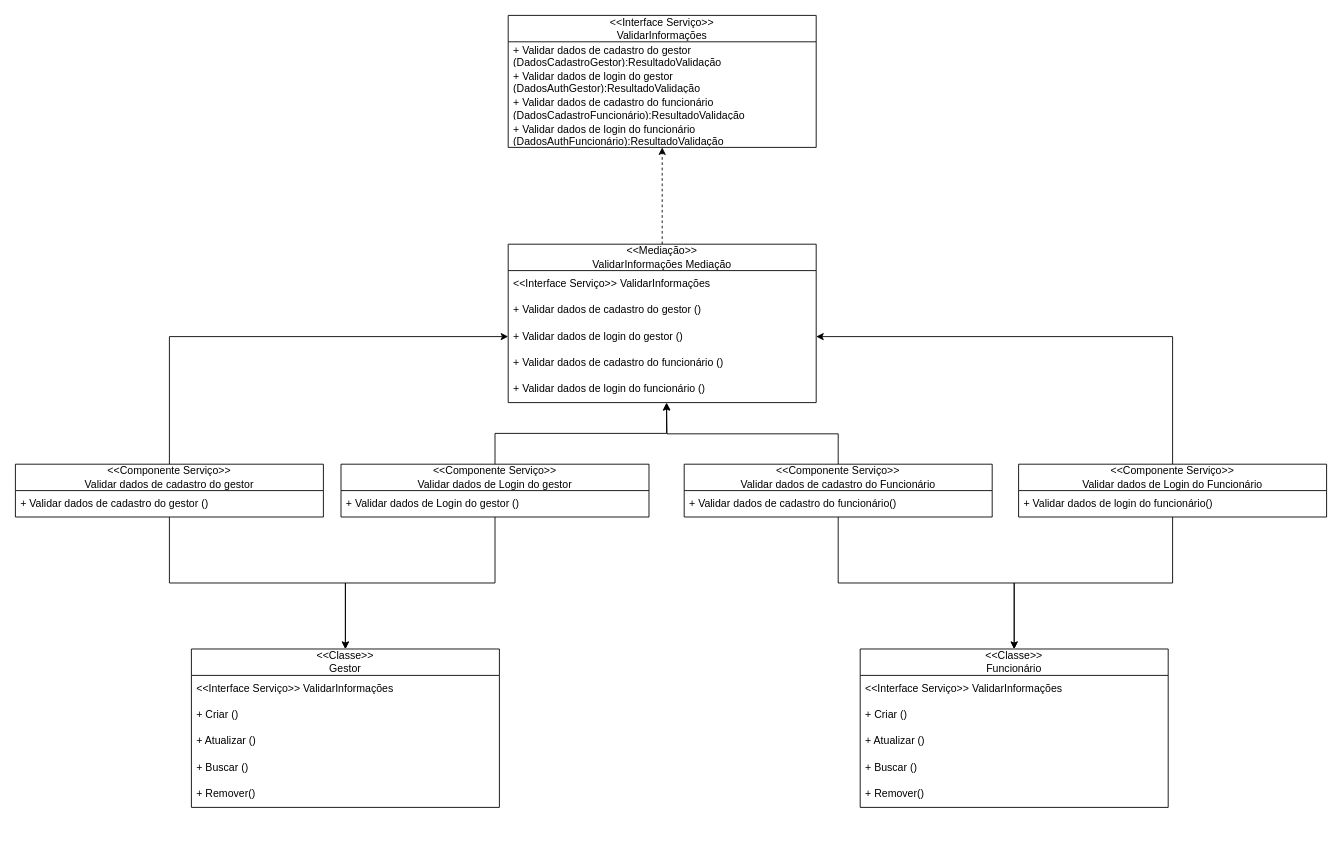
The draw.io diagram diagrama_realizacao/diagrama_realizacao_validar.drawio in gb-cs-rt/stoc_fispq, before the edit. Source tidied: cells renumbered, new cells numbered last; positions are measured from the earlier drawing's top-left corner, leaving out a move shared by most shapes. Both pictures are drawn from the tidied source at 88%, with x=0, y=0 at pixel (15, 15).
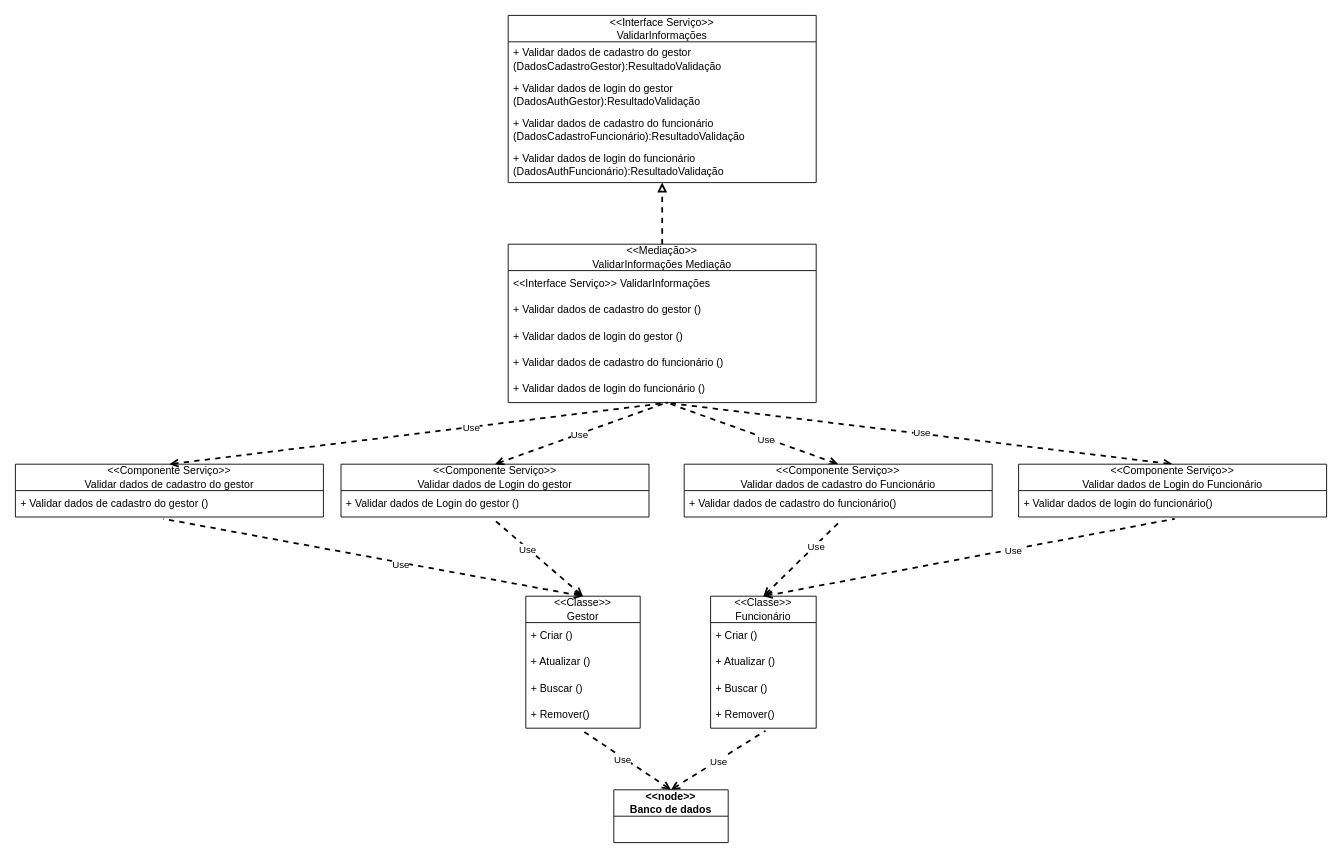
The same diagram, later.

Commit message (it also covers changes not shown here):
diagrama realizacao update

Unchanged cells that the change refers to:
```xml
<mxCell id="8" value="&amp;lt;&amp;lt;Mediação&amp;gt;&amp;gt;&lt;div&gt;ValidarInformações Mediação&lt;/div&gt;" style="swimlane;fontStyle=0;horizontal=1;startSize=30;whiteSpace=wrap;html=1;" parent="1" vertex="1">
  <mxGeometry x="560" y="260" width="350" height="180" as="geometry" />
</mxCell>
<mxCell id="11" value="+ Validar dados de login do gestor ()" style="text;strokeColor=none;fillColor=none;align=left;verticalAlign=middle;spacingLeft=4;spacingRight=4;overflow=hidden;points=[[0,0.5],[1,0.5]];portConstraint=eastwest;whiteSpace=wrap;html=1;" parent="8" vertex="1">
  <mxGeometry y="90" width="350" height="30" as="geometry" />
</mxCell>
<mxCell id="13" value="+ Validar dados de login do funcionário ()" style="text;strokeColor=none;fillColor=none;align=left;verticalAlign=middle;spacingLeft=4;spacingRight=4;overflow=hidden;points=[[0,0.5],[1,0.5]];portConstraint=eastwest;whiteSpace=wrap;html=1;" parent="8" vertex="1">
  <mxGeometry y="150" width="350" height="30" as="geometry" />
</mxCell>
<mxCell id="16" value="&amp;lt;&amp;lt;Componente Serviço&amp;gt;&amp;gt;&lt;div&gt;Validar dados de cadastro do gestor&lt;/div&gt;" style="swimlane;fontStyle=0;horizontal=1;startSize=30;whiteSpace=wrap;html=1;" parent="1" vertex="1">
  <mxGeometry y="510" width="350" height="60" as="geometry" />
</mxCell>
<mxCell id="17" value="+ Validar dados de cadastro do gestor ()" style="text;strokeColor=none;fillColor=none;align=left;verticalAlign=middle;spacingLeft=4;spacingRight=4;overflow=hidden;points=[[0,0.5],[1,0.5]];portConstraint=eastwest;whiteSpace=wrap;html=1;" parent="16" vertex="1">
  <mxGeometry y="30" width="350" height="30" as="geometry" />
</mxCell>
<mxCell id="20" value="&amp;lt;&amp;lt;Componente Serviço&amp;gt;&amp;gt;&lt;div&gt;Validar dados de Login do gestor&lt;/div&gt;" style="swimlane;fontStyle=0;horizontal=1;startSize=30;whiteSpace=wrap;html=1;" parent="1" vertex="1">
  <mxGeometry x="370" y="510" width="350" height="60" as="geometry" />
</mxCell>
<mxCell id="21" value="+ Validar dados de Login do gestor ()" style="text;strokeColor=none;fillColor=none;align=left;verticalAlign=middle;spacingLeft=4;spacingRight=4;overflow=hidden;points=[[0,0.5],[1,0.5]];portConstraint=eastwest;whiteSpace=wrap;html=1;" parent="20" vertex="1">
  <mxGeometry y="30" width="350" height="30" as="geometry" />
</mxCell>
<mxCell id="24" value="&amp;lt;&amp;lt;Componente Serviço&amp;gt;&amp;gt;&lt;div&gt;Validar dados de cadastro do Funcionário&lt;/div&gt;" style="swimlane;fontStyle=0;horizontal=1;startSize=30;whiteSpace=wrap;html=1;" parent="1" vertex="1">
  <mxGeometry x="760" y="510" width="350" height="60" as="geometry" />
</mxCell>
<mxCell id="25" value="+ Validar dados de cadastro do funcionário()" style="text;strokeColor=none;fillColor=none;align=left;verticalAlign=middle;spacingLeft=4;spacingRight=4;overflow=hidden;points=[[0,0.5],[1,0.5]];portConstraint=eastwest;whiteSpace=wrap;html=1;" parent="24" vertex="1">
  <mxGeometry y="30" width="350" height="30" as="geometry" />
</mxCell>
<mxCell id="28" value="&amp;lt;&amp;lt;Componente Serviço&amp;gt;&amp;gt;&lt;div&gt;Validar dados de Login do Funcionário&lt;/div&gt;" style="swimlane;fontStyle=0;horizontal=1;startSize=30;whiteSpace=wrap;html=1;" parent="1" vertex="1">
  <mxGeometry x="1140" y="510" width="350" height="60" as="geometry" />
</mxCell>
<mxCell id="29" value="+ Validar dados de login do funcionário()" style="text;strokeColor=none;fillColor=none;align=left;verticalAlign=middle;spacingLeft=4;spacingRight=4;overflow=hidden;points=[[0,0.5],[1,0.5]];portConstraint=eastwest;whiteSpace=wrap;html=1;" parent="28" vertex="1">
  <mxGeometry y="30" width="350" height="30" as="geometry" />
</mxCell>
```

Change to the diagram source:
```diff
@@
     <mxCell id="2" value="&amp;lt;&amp;lt;Interface Serviço&amp;gt;&amp;gt;&lt;div&gt;ValidarInformações&lt;/div&gt;" style="swimlane;fontStyle=0;horizontal=1;startSize=30;whiteSpace=wrap;html=1;" parent="1" vertex="1">
-      <mxGeometry x="560" width="350" height="150" as="geometry" />
+      <mxGeometry x="560" width="350" height="190" as="geometry" />
     </mxCell>
     <mxCell id="3" value="+ Validar dados de cadastro do gestor (DadosCadastroGestor):ResultadoValidação" style="text;strokeColor=none;fillColor=none;align=left;verticalAlign=middle;spacingLeft=4;spacingRight=4;overflow=hidden;whiteSpace=wrap;html=1;" parent="2" vertex="1">
-      <mxGeometry y="30" width="350" height="30" as="geometry" />
+      <mxGeometry y="30" width="350" height="40" as="geometry" />
     </mxCell>
     <mxCell id="4" value="+ Validar dados de login do gestor (DadosAuthGestor):ResultadoValidação" style="text;strokeColor=none;fillColor=none;align=left;verticalAlign=middle;spacingLeft=4;spacingRight=4;overflow=hidden;whiteSpace=wrap;html=1;" parent="2" vertex="1">
-      <mxGeometry y="60" width="350" height="30" as="geometry" />
+      <mxGeometry y="70" width="350" height="40" as="geometry" />
     </mxCell>
     <mxCell id="5" value="+ Validar dados de cadastro do funcionário (DadosCadastroFuncionário):ResultadoValidação" style="text;strokeColor=none;fillColor=none;align=left;verticalAlign=middle;spacingLeft=4;spacingRight=4;overflow=hidden;whiteSpace=wrap;html=1;" parent="2" vertex="1">
-      <mxGeometry y="90" width="350" height="30" as="geometry" />
+      <mxGeometry y="110" width="350" height="40" as="geometry" />
     </mxCell>
     <mxCell id="6" value="+ Validar dados de login do funcionário (DadosAuthFuncionário):ResultadoValidação" style="text;strokeColor=none;fillColor=none;align=left;verticalAlign=middle;spacingLeft=4;spacingRight=4;overflow=hidden;points=[[0,0.5],[1,0.5]];portConstraint=eastwest;whiteSpace=wrap;html=1;" parent="2" vertex="1">
-      <mxGeometry y="120" width="350" height="30" as="geometry" />
+      <mxGeometry y="150" width="350" height="40" as="geometry" />
     </mxCell>
-    <mxCell id="7" style="edgeStyle=orthogonalEdgeStyle;rounded=0;jettySize=auto;html=1;dashed=1;" parent="1" edge="1" source="8" target="6">
+    <mxCell id="7" style="edgeStyle=orthogonalEdgeStyle;rounded=0;jettySize=auto;html=1;dashed=1;strokeWidth=2;endArrow=block;endFill=0;" parent="1" edge="1" source="8" target="6">
       <mxGeometry relative="1" as="geometry">
         <Array as="points">
           <mxPoint x="735" y="180" />
           <mxPoint x="735" y="180" />
         </Array>
       </mxGeometry>
     </mxCell>
@@
-    <mxCell id="14" style="edgeStyle=orthogonalEdgeStyle;rounded=0;jettySize=auto;html=1;entryX=0;entryY=0.5;entryDx=0;entryDy=0;" parent="1" edge="1" source="16" target="11">
-      <mxGeometry relative="1" as="geometry" />
-    </mxCell>
-    <mxCell id="15" style="edgeStyle=orthogonalEdgeStyle;rounded=0;jettySize=auto;html=1;entryX=0.5;entryY=0;entryDx=0;entryDy=0;" parent="1" edge="1" source="16" target="30">
-      <mxGeometry relative="1" as="geometry" />
-    </mxCell>
@@
-    <mxCell id="18" style="edgeStyle=orthogonalEdgeStyle;rounded=0;jettySize=auto;html=1;entryX=0.514;entryY=1.023;entryDx=0;entryDy=0;entryPerimeter=0;" parent="1" edge="1" source="20" target="13">
-      <mxGeometry relative="1" as="geometry" />
-    </mxCell>
-    <mxCell id="19" style="edgeStyle=orthogonalEdgeStyle;rounded=0;jettySize=auto;html=1;entryX=0.5;entryY=0;entryDx=0;entryDy=0;" parent="1" edge="1" source="20" target="30">
-      <mxGeometry relative="1" as="geometry" />
-    </mxCell>
@@
-    <mxCell id="22" style="edgeStyle=orthogonalEdgeStyle;rounded=0;jettySize=auto;html=1;exitX=0.5;exitY=0;exitDx=0;exitDy=0;" parent="1" edge="1" source="24">
-      <mxGeometry relative="1" as="geometry">
-        <mxPoint x="740" y="440" as="targetPoint" />
-      </mxGeometry>
-    </mxCell>
-    <mxCell id="23" style="edgeStyle=orthogonalEdgeStyle;rounded=0;jettySize=auto;html=1;entryX=0.5;entryY=0;entryDx=0;entryDy=0;" parent="1" edge="1" source="24" target="36">
-      <mxGeometry relative="1" as="geometry" />
-    </mxCell>
+    <mxCell id="42" style="edgeStyle=none;shape=connector;rounded=0;jettySize=auto;html=1;exitX=0.5;exitY=0;exitDx=0;exitDy=0;dashed=1;strokeColor=default;strokeWidth=2;align=center;verticalAlign=middle;fontFamily=Helvetica;fontSize=11;fontColor=default;labelBackgroundColor=default;startArrow=open;startFill=0;endArrow=none;endFill=0;" parent="1" edge="1" source="24">
+      <mxGeometry relative="1" as="geometry">
+        <mxPoint x="740" y="440" as="targetPoint" />
+      </mxGeometry>
+    </mxCell>
+    <mxCell id="43" value="Use" style="edgeLabel;html=1;align=center;verticalAlign=middle;fontFamily=Helvetica;fontSize=11;fontColor=default;labelBackgroundColor=default;" parent="42" vertex="1">
+      <mxGeometry x="-0.16" y="1" relative="1" as="geometry" />
+    </mxCell>
@@
-    <mxCell id="26" style="edgeStyle=orthogonalEdgeStyle;rounded=0;jettySize=auto;html=1;entryX=1;entryY=0.5;entryDx=0;entryDy=0;" parent="1" edge="1" source="28" target="11">
-      <mxGeometry relative="1" as="geometry" />
-    </mxCell>
-    <mxCell id="27" style="edgeStyle=orthogonalEdgeStyle;rounded=0;jettySize=auto;html=1;entryX=0.5;entryY=0;entryDx=0;entryDy=0;" parent="1" edge="1" source="28" target="36">
-      <mxGeometry relative="1" as="geometry" />
-    </mxCell>
+    <mxCell id="44" style="edgeStyle=none;shape=connector;rounded=0;jettySize=auto;html=1;exitX=0.5;exitY=0;exitDx=0;exitDy=0;dashed=1;strokeColor=default;strokeWidth=2;align=center;verticalAlign=middle;fontFamily=Helvetica;fontSize=11;fontColor=default;labelBackgroundColor=default;startArrow=open;startFill=0;endArrow=none;endFill=0;" parent="1" edge="1" source="28">
+      <mxGeometry relative="1" as="geometry">
+        <mxPoint x="738.3" y="440" as="targetPoint" />
+      </mxGeometry>
+    </mxCell>
+    <mxCell id="45" value="Use" style="edgeLabel;html=1;align=center;verticalAlign=middle;fontFamily=Helvetica;fontSize=11;fontColor=default;labelBackgroundColor=default;" parent="44" vertex="1">
+      <mxGeometry x="-0.01" y="-2" relative="1" as="geometry" />
+    </mxCell>
@@
     <mxCell id="30" value="&amp;lt;&amp;lt;Classe&amp;gt;&amp;gt;&lt;div&gt;Gestor&lt;/div&gt;" style="swimlane;fontStyle=0;horizontal=1;startSize=30;whiteSpace=wrap;html=1;" parent="1" vertex="1">
-      <mxGeometry x="200" y="720" width="350" height="180" as="geometry" />
+      <mxGeometry x="580" y="660" width="130" height="150" as="geometry" />
     </mxCell>
-    <mxCell id="31" value="&amp;lt;&amp;lt;Interface Serviço&amp;gt;&amp;gt; ValidarInformações" style="text;strokeColor=none;fillColor=none;align=left;verticalAlign=middle;spacingLeft=4;spacingRight=4;overflow=hidden;whiteSpace=wrap;html=1;" parent="30" vertex="1">
-      <mxGeometry y="30" width="350" height="30" as="geometry" />
-    </mxCell>
     <mxCell id="32" value="+ Criar ()" style="text;strokeColor=none;fillColor=none;align=left;verticalAlign=middle;spacingLeft=4;spacingRight=4;overflow=hidden;whiteSpace=wrap;html=1;" parent="30" vertex="1">
-      <mxGeometry y="60" width="350" height="30" as="geometry" />
+      <mxGeometry y="30" width="130" height="30" as="geometry" />
     </mxCell>
     <mxCell id="33" value="+ Atualizar ()" style="text;strokeColor=none;fillColor=none;align=left;verticalAlign=middle;spacingLeft=4;spacingRight=4;overflow=hidden;whiteSpace=wrap;html=1;" parent="30" vertex="1">
-      <mxGeometry y="90" width="350" height="30" as="geometry" />
+      <mxGeometry y="60" width="130" height="30" as="geometry" />
     </mxCell>
     <mxCell id="34" value="+ Buscar ()" style="text;strokeColor=none;fillColor=none;align=left;verticalAlign=middle;spacingLeft=4;spacingRight=4;overflow=hidden;whiteSpace=wrap;html=1;" parent="30" vertex="1">
-      <mxGeometry y="120" width="350" height="30" as="geometry" />
+      <mxGeometry y="90" width="130" height="30" as="geometry" />
     </mxCell>
     <mxCell id="35" value="+ Remover()" style="text;strokeColor=none;fillColor=none;align=left;verticalAlign=middle;spacingLeft=4;spacingRight=4;overflow=hidden;points=[[0,0.5],[1,0.5]];portConstraint=eastwest;whiteSpace=wrap;html=1;" parent="30" vertex="1">
-      <mxGeometry y="150" width="350" height="30" as="geometry" />
+      <mxGeometry y="120" width="130" height="30" as="geometry" />
     </mxCell>
     <mxCell id="36" value="&amp;lt;&amp;lt;Classe&amp;gt;&amp;gt;&lt;div&gt;Funcionário&lt;/div&gt;" style="swimlane;fontStyle=0;horizontal=1;startSize=30;whiteSpace=wrap;html=1;" parent="1" vertex="1">
-      <mxGeometry x="960" y="720" width="350" height="180" as="geometry" />
+      <mxGeometry x="790" y="660" width="120" height="150" as="geometry" />
     </mxCell>
-    <mxCell id="37" value="&amp;lt;&amp;lt;Interface Serviço&amp;gt;&amp;gt; ValidarInformações" style="text;strokeColor=none;fillColor=none;align=left;verticalAlign=middle;spacingLeft=4;spacingRight=4;overflow=hidden;whiteSpace=wrap;html=1;" parent="36" vertex="1">
-      <mxGeometry y="30" width="350" height="30" as="geometry" />
-    </mxCell>
     <mxCell id="38" value="+ Criar ()" style="text;strokeColor=none;fillColor=none;align=left;verticalAlign=middle;spacingLeft=4;spacingRight=4;overflow=hidden;whiteSpace=wrap;html=1;" parent="36" vertex="1">
-      <mxGeometry y="60" width="350" height="30" as="geometry" />
+      <mxGeometry y="30" width="120" height="30" as="geometry" />
     </mxCell>
     <mxCell id="39" value="+ Atualizar ()" style="text;strokeColor=none;fillColor=none;align=left;verticalAlign=middle;spacingLeft=4;spacingRight=4;overflow=hidden;whiteSpace=wrap;html=1;" parent="36" vertex="1">
-      <mxGeometry y="90" width="350" height="30" as="geometry" />
+      <mxGeometry y="60" width="120" height="30" as="geometry" />
     </mxCell>
     <mxCell id="40" value="+ Buscar ()" style="text;strokeColor=none;fillColor=none;align=left;verticalAlign=middle;spacingLeft=4;spacingRight=4;overflow=hidden;whiteSpace=wrap;html=1;" parent="36" vertex="1">
-      <mxGeometry y="120" width="350" height="30" as="geometry" />
+      <mxGeometry y="90" width="120" height="30" as="geometry" />
     </mxCell>
     <mxCell id="41" value="+ Remover()" style="text;strokeColor=none;fillColor=none;align=left;verticalAlign=middle;spacingLeft=4;spacingRight=4;overflow=hidden;points=[[0,0.5],[1,0.5]];portConstraint=eastwest;whiteSpace=wrap;html=1;" parent="36" vertex="1">
-      <mxGeometry y="150" width="350" height="30" as="geometry" />
+      <mxGeometry y="120" width="120" height="30" as="geometry" />
     </mxCell>
+    <mxCell id="46" value="&lt;b&gt;&amp;lt;&amp;lt;node&amp;gt;&amp;gt;&lt;/b&gt;&lt;div&gt;&lt;b&gt;Banco de dados&lt;/b&gt;&lt;/div&gt;" style="swimlane;fontStyle=0;horizontal=1;startSize=30;whiteSpace=wrap;html=1;" parent="1" vertex="1">
+      <mxGeometry x="680" y="880" width="130" height="60" as="geometry" />
+    </mxCell>
+    <mxCell id="18" style="rounded=0;jettySize=auto;html=1;exitX=0.5;exitY=0;exitDx=0;exitDy=0;entryX=0.514;entryY=1;entryDx=0;entryDy=0;entryPerimeter=0;endArrow=none;endFill=0;startFill=0;startArrow=open;strokeWidth=2;dashed=1;" parent="1" edge="1" source="20" target="13">
+      <mxGeometry relative="1" as="geometry" />
+    </mxCell>
+    <mxCell id="47" value="Use" style="edgeLabel;html=1;align=center;verticalAlign=middle;fontFamily=Helvetica;fontSize=11;fontColor=default;labelBackgroundColor=default;" parent="18" vertex="1">
+      <mxGeometry x="-0.02" y="-1" relative="1" as="geometry" />
+    </mxCell>
+    <mxCell id="48" style="edgeStyle=none;shape=connector;rounded=0;jettySize=auto;html=1;exitX=0.5;exitY=0;exitDx=0;exitDy=0;entryX=0.519;entryY=1.003;entryDx=0;entryDy=0;entryPerimeter=0;dashed=1;strokeColor=default;strokeWidth=2;align=center;verticalAlign=middle;fontFamily=Helvetica;fontSize=11;fontColor=default;labelBackgroundColor=default;startArrow=open;startFill=0;endArrow=none;endFill=0;" parent="1" edge="1" source="16" target="13">
+      <mxGeometry relative="1" as="geometry" />
+    </mxCell>
+    <mxCell id="49" value="Use" style="edgeLabel;html=1;align=center;verticalAlign=middle;fontFamily=Helvetica;fontSize=11;fontColor=default;labelBackgroundColor=default;" parent="48" vertex="1">
+      <mxGeometry x="0.21" y="-1" relative="1" as="geometry" />
+    </mxCell>
+    <mxCell id="50" style="edgeStyle=none;shape=connector;rounded=0;jettySize=auto;html=1;exitX=0.5;exitY=0;exitDx=0;exitDy=0;entryX=0.49;entryY=1.033;entryDx=0;entryDy=0;entryPerimeter=0;dashed=1;strokeColor=default;strokeWidth=2;align=center;verticalAlign=middle;fontFamily=Helvetica;fontSize=11;fontColor=default;labelBackgroundColor=default;startArrow=open;startFill=0;endArrow=none;endFill=0;" parent="1" edge="1" source="30" target="21">
+      <mxGeometry relative="1" as="geometry" />
+    </mxCell>
+    <mxCell id="51" value="Use" style="edgeLabel;html=1;align=center;verticalAlign=middle;fontFamily=Helvetica;fontSize=11;fontColor=default;labelBackgroundColor=default;" parent="50" vertex="1">
+      <mxGeometry x="0.22" y="1" relative="1" as="geometry" />
+    </mxCell>
+    <mxCell id="52" style="edgeStyle=none;shape=connector;rounded=0;jettySize=auto;html=1;exitX=0.5;exitY=0;exitDx=0;exitDy=0;entryX=0.48;entryY=1.067;entryDx=0;entryDy=0;entryPerimeter=0;dashed=1;strokeColor=default;strokeWidth=2;align=center;verticalAlign=middle;fontFamily=Helvetica;fontSize=11;fontColor=default;labelBackgroundColor=default;startArrow=open;startFill=0;endArrow=none;endFill=0;" parent="1" edge="1" source="30" target="17">
+      <mxGeometry relative="1" as="geometry" />
+    </mxCell>
+    <mxCell id="53" value="Use" style="edgeLabel;html=1;align=center;verticalAlign=middle;fontFamily=Helvetica;fontSize=11;fontColor=default;labelBackgroundColor=default;" parent="52" vertex="1">
+      <mxGeometry x="-0.13" y="2" relative="1" as="geometry" />
+    </mxCell>
+    <mxCell id="54" style="edgeStyle=none;shape=connector;rounded=0;jettySize=auto;html=1;exitX=0.5;exitY=0;exitDx=0;exitDy=0;entryX=0.512;entryY=1.095;entryDx=0;entryDy=0;entryPerimeter=0;dashed=1;strokeColor=default;strokeWidth=2;align=center;verticalAlign=middle;fontFamily=Helvetica;fontSize=11;fontColor=default;labelBackgroundColor=default;startArrow=open;startFill=0;endArrow=none;endFill=0;" parent="1" edge="1" source="36" target="25">
+      <mxGeometry relative="1" as="geometry" />
+    </mxCell>
+    <mxCell id="55" value="Use" style="edgeLabel;html=1;align=center;verticalAlign=middle;fontFamily=Helvetica;fontSize=11;fontColor=default;labelBackgroundColor=default;" parent="54" vertex="1">
+      <mxGeometry x="0.32" y="-1" relative="1" as="geometry" />
+    </mxCell>
+    <mxCell id="56" style="edgeStyle=none;shape=connector;rounded=0;jettySize=auto;html=1;exitX=0.5;exitY=0;exitDx=0;exitDy=0;entryX=0.507;entryY=1.067;entryDx=0;entryDy=0;entryPerimeter=0;dashed=1;strokeColor=default;strokeWidth=2;align=center;verticalAlign=middle;fontFamily=Helvetica;fontSize=11;fontColor=default;labelBackgroundColor=default;startArrow=open;startFill=0;endArrow=none;endFill=0;" parent="1" edge="1" source="36" target="29">
+      <mxGeometry relative="1" as="geometry" />
+    </mxCell>
+    <mxCell id="57" value="Use" style="edgeLabel;html=1;align=center;verticalAlign=middle;fontFamily=Helvetica;fontSize=11;fontColor=default;labelBackgroundColor=default;" parent="56" vertex="1">
+      <mxGeometry x="0.21" y="-1" relative="1" as="geometry" />
+    </mxCell>
+    <mxCell id="58" style="edgeStyle=none;shape=connector;rounded=0;jettySize=auto;html=1;exitX=0.5;exitY=0;exitDx=0;exitDy=0;entryX=0.484;entryY=1.061;entryDx=0;entryDy=0;entryPerimeter=0;dashed=1;strokeColor=default;strokeWidth=2;align=center;verticalAlign=middle;fontFamily=Helvetica;fontSize=11;fontColor=default;labelBackgroundColor=default;startArrow=open;startFill=0;endArrow=none;endFill=0;" parent="1" edge="1" source="46" target="35">
+      <mxGeometry relative="1" as="geometry" />
+    </mxCell>
+    <mxCell id="59" value="Use" style="edgeLabel;html=1;align=center;verticalAlign=middle;fontFamily=Helvetica;fontSize=11;fontColor=default;labelBackgroundColor=default;" parent="58" vertex="1">
+      <mxGeometry x="0.08" y="2" relative="1" as="geometry" />
+    </mxCell>
+    <mxCell id="60" style="edgeStyle=none;shape=connector;rounded=0;jettySize=auto;html=1;exitX=0.5;exitY=0;exitDx=0;exitDy=0;entryX=0.52;entryY=1.096;entryDx=0;entryDy=0;entryPerimeter=0;dashed=1;strokeColor=default;strokeWidth=2;align=center;verticalAlign=middle;fontFamily=Helvetica;fontSize=11;fontColor=default;labelBackgroundColor=default;startArrow=open;startFill=0;endArrow=none;endFill=0;" parent="1" edge="1" source="46" target="41">
+      <mxGeometry relative="1" as="geometry" />
+    </mxCell>
+    <mxCell id="61" value="Use" style="edgeLabel;html=1;align=center;verticalAlign=middle;fontFamily=Helvetica;fontSize=11;fontColor=default;labelBackgroundColor=default;" parent="60" vertex="1">
+      <mxGeometry x="-0.01" y="-1" relative="1" as="geometry" />
+    </mxCell>
```
